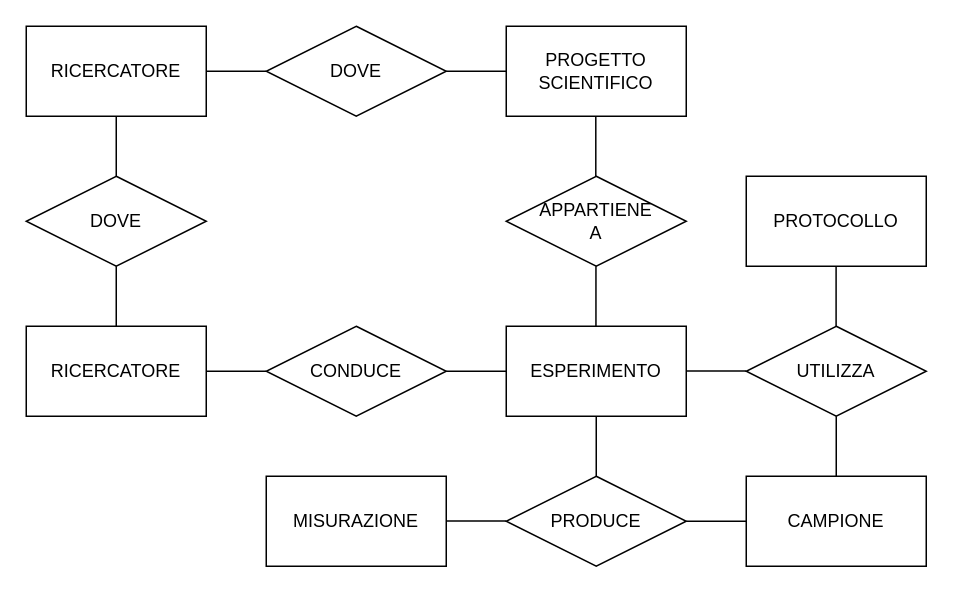
Earlier version of the draw.io diagram Secondo Anno/Primo_Semestre/DB/RICERCATORE.drawio (bilottiale/uni). Source tidied: cells renumbered, new cells numbered last; positions are measured from the earlier drawing's top-left corner, leaving out a move shared by most shapes. Both pictures are drawn from the tidied source at 150%, with x=0, y=0 at pixel (26, 26).
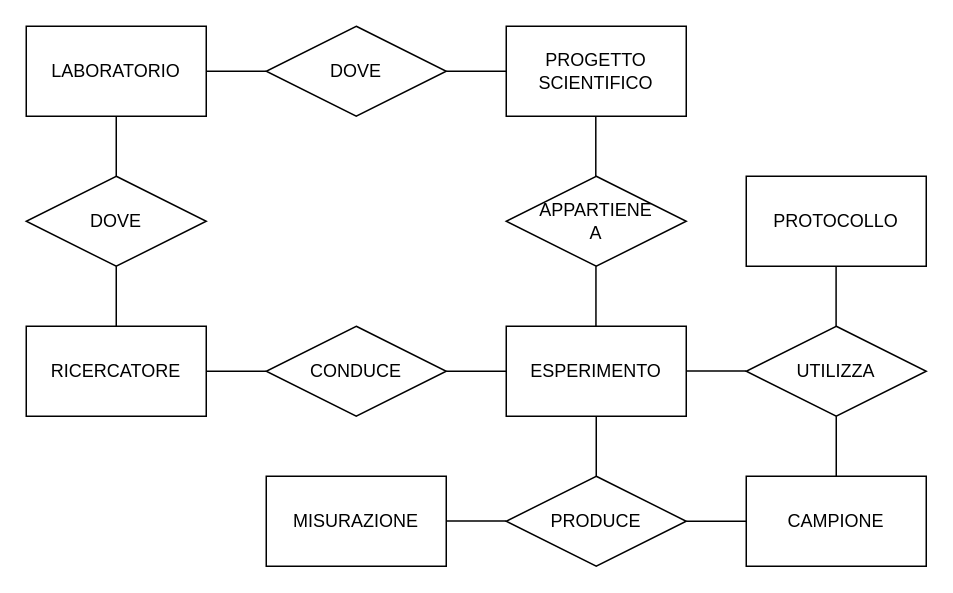
After the change.

The edit, as a diff of the source:
```diff
@@
-    <mxCell id="24" value="RICERCATORE" style="rounded=0;whiteSpace=wrap;html=1;" parent="1" vertex="1">
+    <mxCell id="24" value="LABORATORIO" style="rounded=0;whiteSpace=wrap;html=1;" parent="1" vertex="1">
       <mxGeometry width="120" height="60" as="geometry" />
     </mxCell>
```
